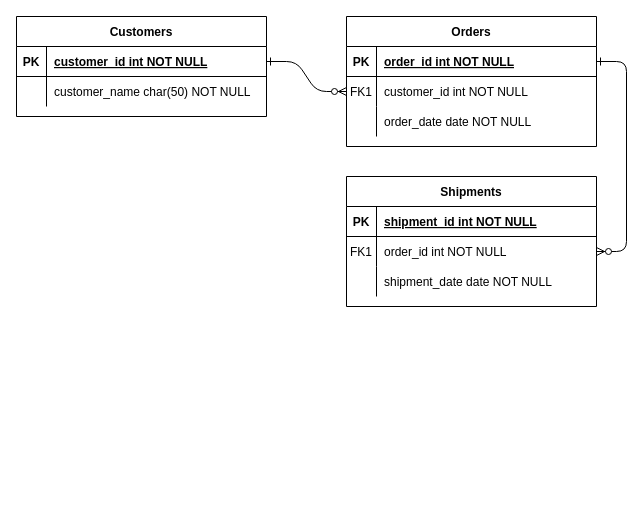
gigahidjrikaaa/Electrust keeps this draw.io diagram as Electrust ERD.drawio. Above is the earlier version. Source tidied: cells renumbered, new cells numbered last; positions are measured from the earlier drawing's top-left corner, leaving out a move shared by most shapes. Both pictures are drawn from the tidied source at 100%, with x=0, y=0 at pixel (16, 16).
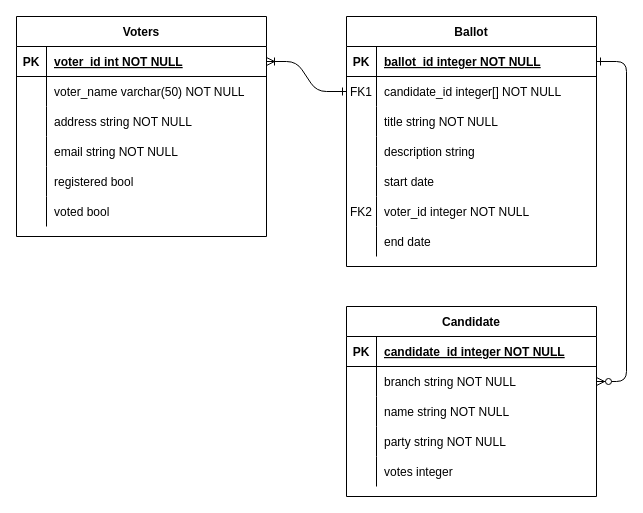
After the change.

Unchanged cells that the change refers to:
```xml
<mxCell id="5" style="shape=partialRectangle;fillColor=none;points=[[0,0.5],[1,0.5]];portConstraint=eastwest;top=0;left=0;right=0;bottom=1;" parent="4" vertex="1">
  <mxGeometry y="30" width="250" height="30" as="geometry" />
</mxCell>
<mxCell id="8" style="shape=partialRectangle;fillColor=none;points=[[0,0.5],[1,0.5]];portConstraint=eastwest;top=0;left=0;right=0;bottom=0;" parent="4" vertex="1">
  <mxGeometry y="60" width="250" height="30" as="geometry" />
</mxCell>
<mxCell id="11" style="shape=partialRectangle;fillColor=none;top=0;left=0;right=0;bottom=0;" parent="4" vertex="1">
  <mxGeometry y="90" width="250" height="30" as="geometry" />
</mxCell>
<mxCell id="15" style="shape=partialRectangle;fillColor=none;top=0;left=0;right=0;bottom=1;" parent="14" vertex="1">
  <mxGeometry y="30" width="250" height="30" as="geometry" />
</mxCell>
<mxCell id="18" style="shape=partialRectangle;fillColor=none;points=[[0,0.5],[1,0.5]];portConstraint=eastwest;top=0;left=0;right=0;bottom=0;" parent="14" vertex="1">
  <mxGeometry y="60" width="250" height="30" as="geometry" />
</mxCell>
<mxCell id="21" style="shape=partialRectangle;fillColor=none;top=0;left=0;right=0;bottom=0;" parent="14" vertex="1">
  <mxGeometry y="90" width="250" height="30" as="geometry" />
</mxCell>
<mxCell id="25" style="shape=partialRectangle;fillColor=none;points=[[0,0.5],[1,0.5]];portConstraint=eastwest;top=0;left=0;right=0;bottom=1;" parent="24" vertex="1">
  <mxGeometry y="30" width="250" height="30" as="geometry" />
</mxCell>
<mxCell id="28" style="shape=partialRectangle;fillColor=none;top=0;left=0;right=0;bottom=0;" parent="24" vertex="1">
  <mxGeometry y="60" width="250" height="30" as="geometry" />
</mxCell>
```

What changed in the source:
```diff
@@
-    <mxCell id="2" style="edgeStyle=entityRelationEdgeStyle;endArrow=ERzeroToMany;startArrow=ERone;endFill=1;startFill=0;" parent="1" edge="1" source="25" target="8">
+    <mxCell id="2" style="edgeStyle=entityRelationEdgeStyle;endArrow=ERone;startArrow=ERoneToMany;endFill=0;startFill=0;" parent="1" edge="1" source="25" target="8">
       <mxGeometry relative="1" as="geometry" />
     </mxCell>
@@
-    <mxCell id="4" value="Orders" style="shape=table;startSize=30;childLayout=tableLayout;rowLines=0;fontStyle=1;align=center;" parent="1" vertex="1">
-      <mxGeometry x="330" width="250" height="130" as="geometry" />
+    <mxCell id="4" value="Ballot" style="shape=table;startSize=30;childLayout=tableLayout;rowLines=0;fontStyle=1;align=center;" parent="1" vertex="1">
+      <mxGeometry x="330" width="250" height="250" as="geometry" />
     </mxCell>
@@
-    <mxCell id="7" value="order_id int NOT NULL " style="shape=partialRectangle;overflow=hidden;fillColor=none;top=0;left=0;bottom=0;right=0;align=left;spacingLeft=6;fontStyle=5;" parent="5" vertex="1">
+    <mxCell id="7" value="ballot_id integer NOT NULL " style="shape=partialRectangle;overflow=hidden;fillColor=none;top=0;left=0;bottom=0;right=0;align=left;spacingLeft=6;fontStyle=5;" parent="5" vertex="1">
       <mxGeometry x="30" width="220" height="30" as="geometry" />
     </mxCell>
@@
-    <mxCell id="10" value="customer_id int NOT NULL" style="shape=partialRectangle;overflow=hidden;fillColor=none;top=0;left=0;bottom=0;right=0;align=left;spacingLeft=6;" parent="8" vertex="1">
+    <mxCell id="10" value="candidate_id integer[] NOT NULL" style="shape=partialRectangle;overflow=hidden;fillColor=none;top=0;left=0;bottom=0;right=0;align=left;spacingLeft=6;" parent="8" vertex="1">
       <mxGeometry x="30" width="220" height="30" as="geometry" />
     </mxCell>
@@
-    <mxCell id="13" value="order_date date NOT NULL" style="shape=partialRectangle;overflow=hidden;fillColor=none;top=0;left=0;bottom=0;right=0;align=left;spacingLeft=6;" parent="11" vertex="1">
+    <mxCell id="13" value="title string NOT NULL" style="shape=partialRectangle;overflow=hidden;fillColor=none;top=0;left=0;bottom=0;right=0;align=left;spacingLeft=6;" parent="11" vertex="1">
       <mxGeometry x="30" width="220" height="30" as="geometry" />
     </mxCell>
+    <mxCell id="31" style="shape=partialRectangle;fillColor=none;top=0;left=0;right=0;bottom=0;" parent="4" vertex="1">
+      <mxGeometry y="120" width="250" height="30" as="geometry" />
+    </mxCell>
+    <mxCell id="32" style="shape=partialRectangle;overflow=hidden;fillColor=none;top=0;left=0;bottom=0;right=0;" parent="31" vertex="1">
+      <mxGeometry width="30" height="30" as="geometry" />
+    </mxCell>
+    <mxCell id="33" value="description string" style="shape=partialRectangle;overflow=hidden;fillColor=none;top=0;left=0;bottom=0;right=0;align=left;spacingLeft=6;" parent="31" vertex="1">
+      <mxGeometry x="30" width="220" height="30" as="geometry" />
+    </mxCell>
+    <mxCell id="34" style="shape=partialRectangle;fillColor=none;top=0;left=0;right=0;bottom=0;" parent="4" vertex="1">
+      <mxGeometry y="150" width="250" height="30" as="geometry" />
+    </mxCell>
+    <mxCell id="35" style="shape=partialRectangle;overflow=hidden;fillColor=none;top=0;left=0;bottom=0;right=0;" parent="34" vertex="1">
+      <mxGeometry width="30" height="30" as="geometry" />
+    </mxCell>
+    <mxCell id="36" value="start date" style="shape=partialRectangle;overflow=hidden;fillColor=none;top=0;left=0;bottom=0;right=0;align=left;spacingLeft=6;" parent="34" vertex="1">
+      <mxGeometry x="30" width="220" height="30" as="geometry" />
+    </mxCell>
+    <mxCell id="37" style="shape=partialRectangle;fillColor=none;top=0;left=0;right=0;bottom=0;" parent="4" vertex="1">
+      <mxGeometry y="180" width="250" height="30" as="geometry" />
+    </mxCell>
+    <mxCell id="38" value="FK2" style="shape=partialRectangle;overflow=hidden;fillColor=none;top=0;left=0;bottom=0;right=0;" parent="37" vertex="1">
+      <mxGeometry width="30" height="30" as="geometry" />
+    </mxCell>
+    <mxCell id="39" value="voter_id integer NOT NULL" style="shape=partialRectangle;overflow=hidden;fillColor=none;top=0;left=0;bottom=0;right=0;align=left;spacingLeft=6;" parent="37" vertex="1">
+      <mxGeometry x="30" width="220" height="30" as="geometry" />
+    </mxCell>
+    <mxCell id="40" style="shape=partialRectangle;fillColor=none;top=0;left=0;right=0;bottom=0;" parent="4" vertex="1">
+      <mxGeometry y="210" width="250" height="30" as="geometry" />
+    </mxCell>
+    <mxCell id="41" style="shape=partialRectangle;overflow=hidden;fillColor=none;top=0;left=0;bottom=0;right=0;" parent="40" vertex="1">
+      <mxGeometry width="30" height="30" as="geometry" />
+    </mxCell>
+    <mxCell id="42" value="end date" style="shape=partialRectangle;overflow=hidden;fillColor=none;top=0;left=0;bottom=0;right=0;align=left;spacingLeft=6;" parent="40" vertex="1">
+      <mxGeometry x="30" width="220" height="30" as="geometry" />
+    </mxCell>
-    <mxCell id="14" value="Shipments" style="shape=table;startSize=30;childLayout=tableLayout;rowLines=0;fontStyle=1;align=center;" parent="1" vertex="1">
-      <mxGeometry x="330" y="160" width="250" height="130" as="geometry" />
+    <mxCell id="14" value="Candidate" style="shape=table;startSize=30;childLayout=tableLayout;rowLines=0;fontStyle=1;align=center;" parent="1" vertex="1">
+      <mxGeometry x="330" y="290" width="250" height="190" as="geometry" />
     </mxCell>
@@
-    <mxCell id="17" value="shipment_id int NOT NULL " style="shape=partialRectangle;overflow=hidden;fillColor=none;top=0;left=0;bottom=0;right=0;align=left;spacingLeft=6;fontStyle=5;" parent="15" vertex="1">
+    <mxCell id="17" value="candidate_id integer NOT NULL " style="shape=partialRectangle;overflow=hidden;fillColor=none;top=0;left=0;bottom=0;right=0;align=left;spacingLeft=6;fontStyle=5;" parent="15" vertex="1">
       <mxGeometry x="30" width="220" height="30" as="geometry" />
     </mxCell>
@@
-    <mxCell id="19" value="FK1" style="shape=partialRectangle;overflow=hidden;fillColor=none;top=0;left=0;bottom=0;right=0;" parent="18" vertex="1">
+    <mxCell id="19" style="shape=partialRectangle;overflow=hidden;fillColor=none;top=0;left=0;bottom=0;right=0;" parent="18" vertex="1">
       <mxGeometry width="30" height="30" as="geometry" />
     </mxCell>
-    <mxCell id="20" value="order_id int NOT NULL" style="shape=partialRectangle;overflow=hidden;fillColor=none;top=0;left=0;bottom=0;right=0;align=left;spacingLeft=6;" parent="18" vertex="1">
+    <mxCell id="20" value="branch string NOT NULL" style="shape=partialRectangle;overflow=hidden;fillColor=none;top=0;left=0;bottom=0;right=0;align=left;spacingLeft=6;" parent="18" vertex="1">
       <mxGeometry x="30" width="220" height="30" as="geometry" />
     </mxCell>
@@
-    <mxCell id="23" value="shipment_date date NOT NULL" style="shape=partialRectangle;overflow=hidden;fillColor=none;top=0;left=0;bottom=0;right=0;align=left;spacingLeft=6;" parent="21" vertex="1">
+    <mxCell id="23" value="name string NOT NULL" style="shape=partialRectangle;overflow=hidden;fillColor=none;top=0;left=0;bottom=0;right=0;align=left;spacingLeft=6;" parent="21" vertex="1">
       <mxGeometry x="30" width="220" height="30" as="geometry" />
     </mxCell>
+    <mxCell id="43" style="shape=partialRectangle;fillColor=none;top=0;left=0;right=0;bottom=0;" parent="14" vertex="1">
+      <mxGeometry y="120" width="250" height="30" as="geometry" />
+    </mxCell>
+    <mxCell id="44" style="shape=partialRectangle;overflow=hidden;fillColor=none;top=0;left=0;bottom=0;right=0;" parent="43" vertex="1">
+      <mxGeometry width="30" height="30" as="geometry" />
+    </mxCell>
+    <mxCell id="45" value="party string NOT NULL" style="shape=partialRectangle;overflow=hidden;fillColor=none;top=0;left=0;bottom=0;right=0;align=left;spacingLeft=6;" parent="43" vertex="1">
+      <mxGeometry x="30" width="220" height="30" as="geometry" />
+    </mxCell>
+    <mxCell id="46" style="shape=partialRectangle;fillColor=none;top=0;left=0;right=0;bottom=0;" parent="14" vertex="1">
+      <mxGeometry y="150" width="250" height="30" as="geometry" />
+    </mxCell>
+    <mxCell id="47" style="shape=partialRectangle;overflow=hidden;fillColor=none;top=0;left=0;bottom=0;right=0;" parent="46" vertex="1">
+      <mxGeometry width="30" height="30" as="geometry" />
+    </mxCell>
+    <mxCell id="48" value="votes integer" style="shape=partialRectangle;overflow=hidden;fillColor=none;top=0;left=0;bottom=0;right=0;align=left;spacingLeft=6;" parent="46" vertex="1">
+      <mxGeometry x="30" width="220" height="30" as="geometry" />
+    </mxCell>
-    <mxCell id="24" value="Customers" style="shape=table;startSize=30;childLayout=tableLayout;rowLines=0;fontStyle=1;align=center;" parent="1" vertex="1">
-      <mxGeometry width="250" height="100" as="geometry" />
+    <mxCell id="24" value="Voters" style="shape=table;startSize=30;childLayout=tableLayout;rowLines=0;fontStyle=1;align=center;" parent="1" vertex="1">
+      <mxGeometry width="250" height="220" as="geometry" />
     </mxCell>
@@
-    <mxCell id="27" value="customer_id int NOT NULL " style="shape=partialRectangle;overflow=hidden;fillColor=none;top=0;left=0;bottom=0;right=0;align=left;spacingLeft=6;fontStyle=5;" parent="25" vertex="1">
+    <mxCell id="27" value="voter_id int NOT NULL " style="shape=partialRectangle;overflow=hidden;fillColor=none;top=0;left=0;bottom=0;right=0;align=left;spacingLeft=6;fontStyle=5;" parent="25" vertex="1">
       <mxGeometry x="30" width="220" height="30" as="geometry" />
     </mxCell>
@@
-    <mxCell id="30" value="customer_name char(50) NOT NULL" style="shape=partialRectangle;overflow=hidden;fillColor=none;top=0;left=0;bottom=0;right=0;align=left;spacingLeft=6;" parent="28" vertex="1">
+    <mxCell id="30" value="voter_name varchar(50) NOT NULL" style="shape=partialRectangle;overflow=hidden;fillColor=none;top=0;left=0;bottom=0;right=0;align=left;spacingLeft=6;" parent="28" vertex="1">
       <mxGeometry x="30" width="220" height="30" as="geometry" />
     </mxCell>
+    <mxCell id="49" style="shape=partialRectangle;fillColor=none;top=0;left=0;right=0;bottom=0;" parent="24" vertex="1">
+      <mxGeometry y="90" width="250" height="30" as="geometry" />
+    </mxCell>
+    <mxCell id="50" style="shape=partialRectangle;overflow=hidden;fillColor=none;top=0;left=0;bottom=0;right=0;" parent="49" vertex="1">
+      <mxGeometry width="30" height="30" as="geometry" />
+    </mxCell>
+    <mxCell id="51" value="address string NOT NULL" style="shape=partialRectangle;overflow=hidden;fillColor=none;top=0;left=0;bottom=0;right=0;align=left;spacingLeft=6;" parent="49" vertex="1">
+      <mxGeometry x="30" width="220" height="30" as="geometry" />
+    </mxCell>
+    <mxCell id="52" style="shape=partialRectangle;fillColor=none;top=0;left=0;right=0;bottom=0;" parent="24" vertex="1">
+      <mxGeometry y="120" width="250" height="30" as="geometry" />
+    </mxCell>
+    <mxCell id="53" style="shape=partialRectangle;overflow=hidden;fillColor=none;top=0;left=0;bottom=0;right=0;" parent="52" vertex="1">
+      <mxGeometry width="30" height="30" as="geometry" />
+    </mxCell>
+    <mxCell id="54" value="email string NOT NULL" style="shape=partialRectangle;overflow=hidden;fillColor=none;top=0;left=0;bottom=0;right=0;align=left;spacingLeft=6;" parent="52" vertex="1">
+      <mxGeometry x="30" width="220" height="30" as="geometry" />
+    </mxCell>
+    <mxCell id="55" style="shape=partialRectangle;fillColor=none;top=0;left=0;right=0;bottom=0;" parent="24" vertex="1">
+      <mxGeometry y="150" width="250" height="30" as="geometry" />
+    </mxCell>
+    <mxCell id="56" style="shape=partialRectangle;overflow=hidden;fillColor=none;top=0;left=0;bottom=0;right=0;" parent="55" vertex="1">
+      <mxGeometry width="30" height="30" as="geometry" />
+    </mxCell>
+    <mxCell id="57" value="registered bool" style="shape=partialRectangle;overflow=hidden;fillColor=none;top=0;left=0;bottom=0;right=0;align=left;spacingLeft=6;" parent="55" vertex="1">
+      <mxGeometry x="30" width="220" height="30" as="geometry" />
+    </mxCell>
+    <mxCell id="58" style="shape=partialRectangle;fillColor=none;top=0;left=0;right=0;bottom=0;" parent="24" vertex="1">
+      <mxGeometry y="180" width="250" height="30" as="geometry" />
+    </mxCell>
+    <mxCell id="59" style="shape=partialRectangle;overflow=hidden;fillColor=none;top=0;left=0;bottom=0;right=0;" parent="58" vertex="1">
+      <mxGeometry width="30" height="30" as="geometry" />
+    </mxCell>
+    <mxCell id="60" value="voted bool" style="shape=partialRectangle;overflow=hidden;fillColor=none;top=0;left=0;bottom=0;right=0;align=left;spacingLeft=6;" parent="58" vertex="1">
+      <mxGeometry x="30" width="220" height="30" as="geometry" />
+    </mxCell>
```
